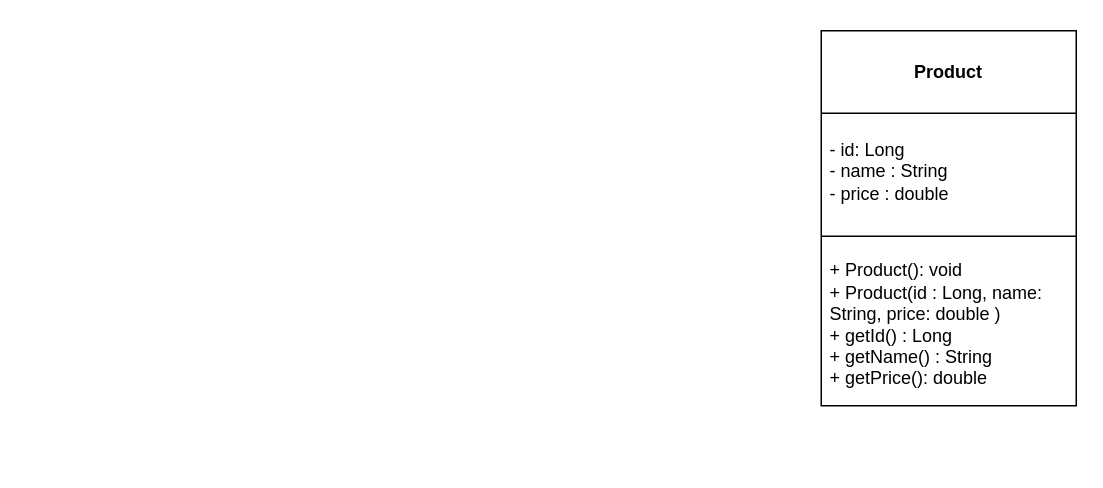
szthaarnav/products-api keeps this draw.io diagram as docs/uml/Product.drawio.xml. Above is the earlier version. Source tidied: cells renumbered, new cells numbered last; positions are measured from the earlier drawing's top-left corner, leaving out a move shared by most shapes. Both pictures are drawn from the tidied source at 150%, with x=0, y=0 at pixel (820, 30).
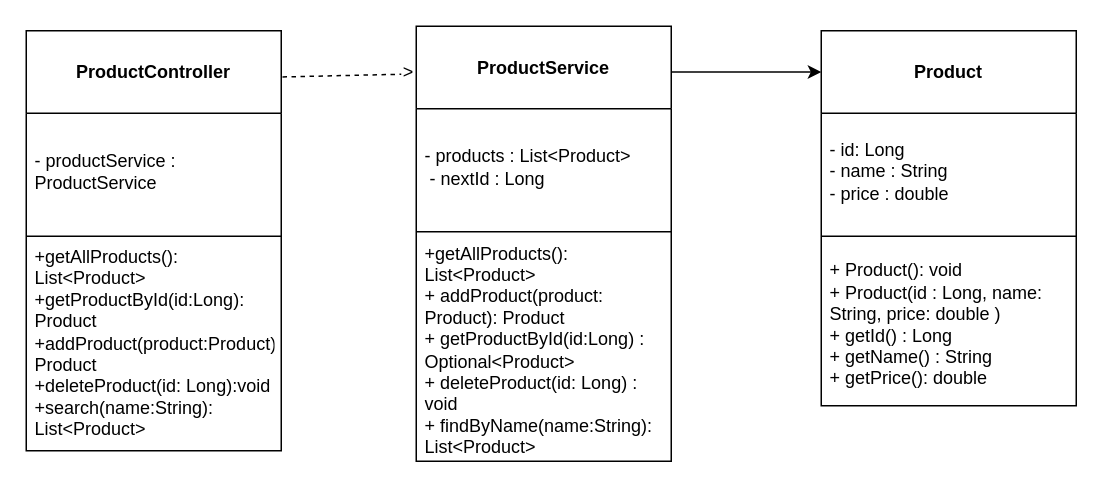
The same diagram, later.

Commit message:
Tutorial 3: ProductService with List - four CRUD endpoints working

What changed in the source:
```diff
@@
 <mxGraphModel>
   <root>
     <mxCell id="0" />
     <mxCell id="1" parent="0" />
     <mxCell id="2" value="&lt;br&gt;&lt;b&gt;Product&lt;/b&gt;&lt;div&gt;&lt;br/&gt;&lt;/div&gt;" style="swimlane;fontStyle=0;align=center;verticalAlign=top;horizontal=1;startSize=55;html=1;whiteSpace=wrap;" parent="1" vertex="1">
       <mxGeometry width="170" height="250" as="geometry" />
     </mxCell>
     <mxCell id="3" value="&lt;div&gt;- id: Long&lt;/div&gt;&lt;div&gt;- name : String&lt;/div&gt;&lt;div&gt;- price : double&lt;/div&gt;" style="text;html=1;strokeColor=none;fillColor=none;align=left;verticalAlign=middle;spacingLeft=4;spacingRight=4;overflow=hidden;whiteSpace=wrap;" parent="2" vertex="1">
       <mxGeometry y="55" width="170" height="78" as="geometry" />
     </mxCell>
-    <mxCell id="4" style="line;strokeWidth=1;fillColor=none;align=left;verticalAlign=middle;spacingTop=-1;spacingLeft=3;spacingRight=3;labelPosition=right;" parent="2" vertex="1">
-      <mxGeometry y="133" width="170" height="8" as="geometry" />
-    </mxCell>
+    <mxCell id="6" style="line;strokeWidth=1;fillColor=none;align=left;verticalAlign=middle;spacingTop=-1;spacingLeft=3;spacingRight=3;labelPosition=right;" parent="2" vertex="1">
+      <mxGeometry y="133" width="170" height="8" as="geometry" />
+    </mxCell>
     <mxCell id="5" value="+ Product(): void&lt;div&gt;+ Product(id : Long, name: String, price: double )&lt;/div&gt;&lt;div&gt;+ getId() : Long&lt;/div&gt;&lt;div&gt;+ getName() : String&lt;/div&gt;&lt;div&gt;+ getPrice(): double&lt;/div&gt;" style="text;html=1;strokeColor=none;fillColor=none;align=left;verticalAlign=middle;spacingLeft=4;spacingRight=4;overflow=hidden;whiteSpace=wrap;" parent="2" vertex="1">
       <mxGeometry y="141" width="170" height="109" as="geometry" />
     </mxCell>
+    <mxCell id="7" value="&lt;br&gt;&lt;b&gt;ProductService&lt;/b&gt;&lt;div&gt;&lt;br&gt;&lt;/div&gt;" style="swimlane;fontStyle=0;align=center;verticalAlign=top;horizontal=1;startSize=55;html=1;whiteSpace=wrap;" parent="1" vertex="1">
+      <mxGeometry x="-270" y="-3" width="170" height="290" as="geometry" />
+    </mxCell>
+    <mxCell id="8" value="- products : List&amp;lt;Product&amp;gt;&amp;nbsp;&lt;div&gt;&amp;nbsp;- nextId : Long&amp;nbsp;&lt;/div&gt;" style="text;html=1;strokeColor=none;fillColor=none;align=left;verticalAlign=middle;spacingLeft=4;spacingRight=4;overflow=hidden;whiteSpace=wrap;" parent="7" vertex="1">
+      <mxGeometry y="55" width="170" height="78" as="geometry" />
+    </mxCell>
+    <mxCell id="9" style="line;strokeWidth=1;fillColor=none;align=left;verticalAlign=middle;spacingTop=-1;spacingLeft=3;spacingRight=3;labelPosition=right;" parent="7" vertex="1">
+      <mxGeometry y="133" width="170" height="8" as="geometry" />
+    </mxCell>
+    <mxCell id="10" value="+getAllProducts():&lt;div&gt;List&amp;lt;Product&amp;gt;&lt;div&gt;+ addProduct(product: Product): Product&lt;/div&gt;&lt;div&gt;+ getProductById(id:Long) : Optional&amp;lt;Product&amp;gt;&lt;/div&gt;&lt;div&gt;+ deleteProduct(id: Long) : void&lt;/div&gt;&lt;div&gt;+ findByName(name:String):&lt;/div&gt;&lt;div&gt;List&amp;lt;Product&amp;gt;&lt;/div&gt;&lt;/div&gt;" style="text;html=1;strokeColor=none;fillColor=none;align=left;verticalAlign=middle;spacingLeft=4;spacingRight=4;overflow=hidden;whiteSpace=wrap;" parent="7" vertex="1">
+      <mxGeometry y="141" width="170" height="149" as="geometry" />
+    </mxCell>
+    <mxCell id="11" value="&lt;br&gt;&lt;b&gt;ProductController&lt;/b&gt;&lt;div&gt;&lt;br&gt;&lt;/div&gt;" style="swimlane;fontStyle=0;align=center;verticalAlign=top;horizontal=1;startSize=55;html=1;whiteSpace=wrap;" parent="1" vertex="1">
+      <mxGeometry x="-530" width="170" height="280" as="geometry" />
+    </mxCell>
+    <mxCell id="12" value="- productService : ProductService" style="text;html=1;strokeColor=none;fillColor=none;align=left;verticalAlign=middle;spacingLeft=4;spacingRight=4;overflow=hidden;whiteSpace=wrap;" parent="11" vertex="1">
+      <mxGeometry y="55" width="170" height="78" as="geometry" />
+    </mxCell>
+    <mxCell id="13" style="line;strokeWidth=1;fillColor=none;align=left;verticalAlign=middle;spacingTop=-1;spacingLeft=3;spacingRight=3;labelPosition=right;" parent="11" vertex="1">
+      <mxGeometry y="133" width="170" height="8" as="geometry" />
+    </mxCell>
+    <mxCell id="14" value="+getAllProducts():&lt;div&gt;List&amp;lt;Product&amp;gt;&lt;/div&gt;&lt;div&gt;+getProductById(id:Long):&lt;/div&gt;&lt;div&gt;Product&lt;/div&gt;&lt;div&gt;+addProduct(product:Product):&lt;/div&gt;&lt;div&gt;Product&lt;/div&gt;&lt;div&gt;+deleteProduct(id: Long):void&lt;/div&gt;&lt;div&gt;+search(name:String):&lt;/div&gt;&lt;div&gt;List&amp;lt;Product&amp;gt;&lt;/div&gt;&lt;div&gt;&lt;br&gt;&lt;/div&gt;" style="text;html=1;strokeColor=none;fillColor=none;align=left;verticalAlign=middle;spacingLeft=4;spacingRight=4;overflow=hidden;whiteSpace=wrap;" parent="11" vertex="1">
+      <mxGeometry y="141" width="170" height="139" as="geometry" />
+    </mxCell>
+    <mxCell id="15" style="endArrow=none;dashed=1;html=1;rounded=0;exitX=1.005;exitY=0.11;exitDx=0;exitDy=0;exitPerimeter=0;" parent="1" edge="1" source="11">
+      <mxGeometry x="-0.04" relative="1" as="geometry">
+        <mxPoint x="-280" y="29" as="targetPoint" />
+      </mxGeometry>
+    </mxCell>
+    <mxCell id="16" value="&amp;gt;" style="text;html=1;whiteSpace=wrap;strokeColor=none;fillColor=none;align=center;verticalAlign=middle;rounded=0;" parent="1" vertex="1">
+      <mxGeometry x="-305" y="13" width="60" height="30" as="geometry" />
+    </mxCell>
+    <mxCell id="17" style="edgeStyle=none;orthogonalLoop=1;jettySize=auto;html=1;rounded=0;" parent="1" edge="1">
+      <mxGeometry relative="1" as="geometry">
+        <mxPoint x="-100" y="27.5" as="sourcePoint" />
+        <mxPoint y="27.5" as="targetPoint" />
+      </mxGeometry>
+    </mxCell>
   </root>
 </mxGraphModel>
```
